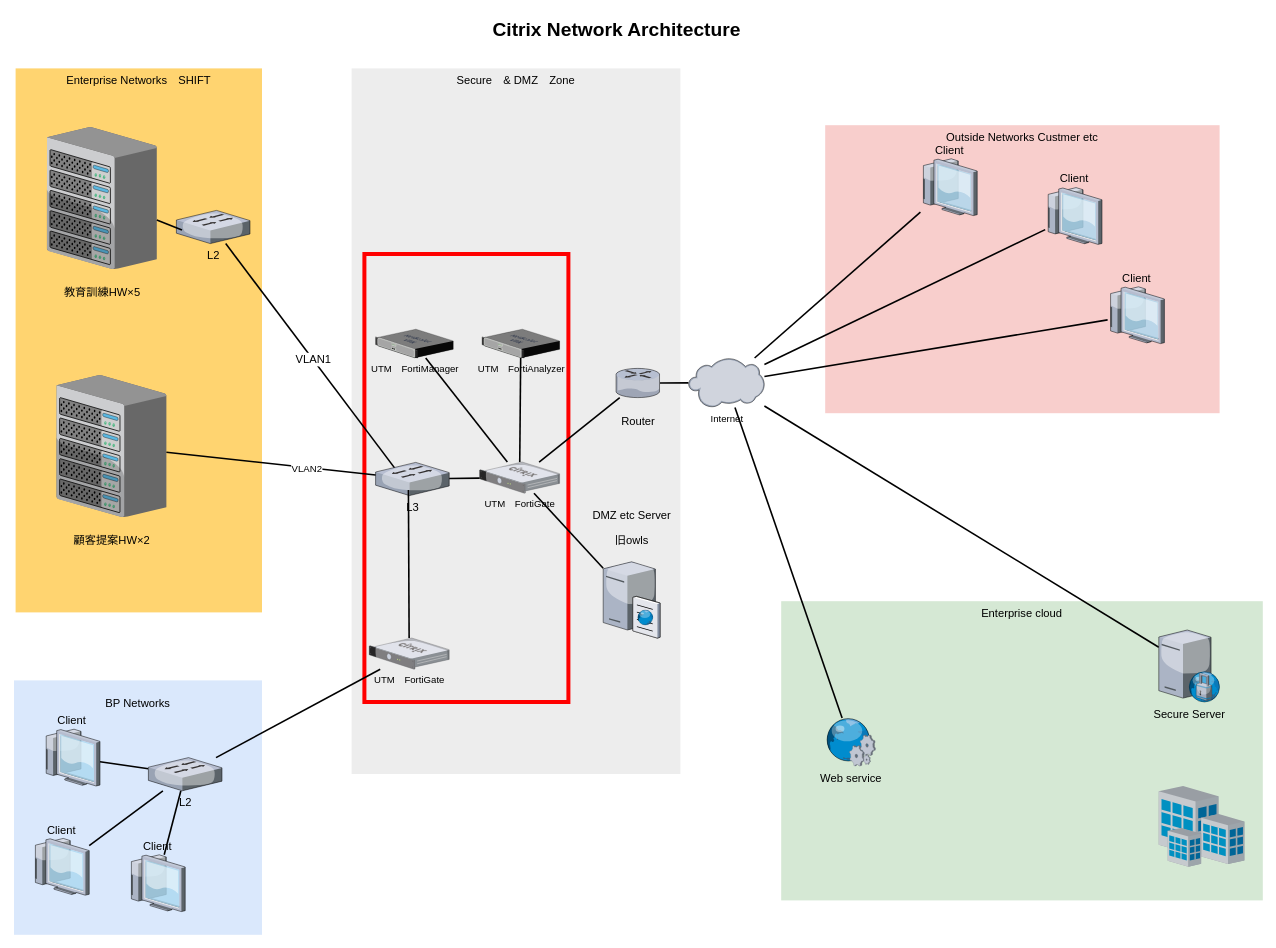
The draw.io diagram Doc/デジタル活動.drawio in shiftrepo/OperationBreakingDawn, before the edit. Source tidied: cells renumbered, new cells numbered last; positions are measured from the earlier drawing's top-left corner, leaving out a move shared by most shapes. Both pictures are drawn from the tidied source at 80%, with x=0, y=0 at pixel (14, 14).
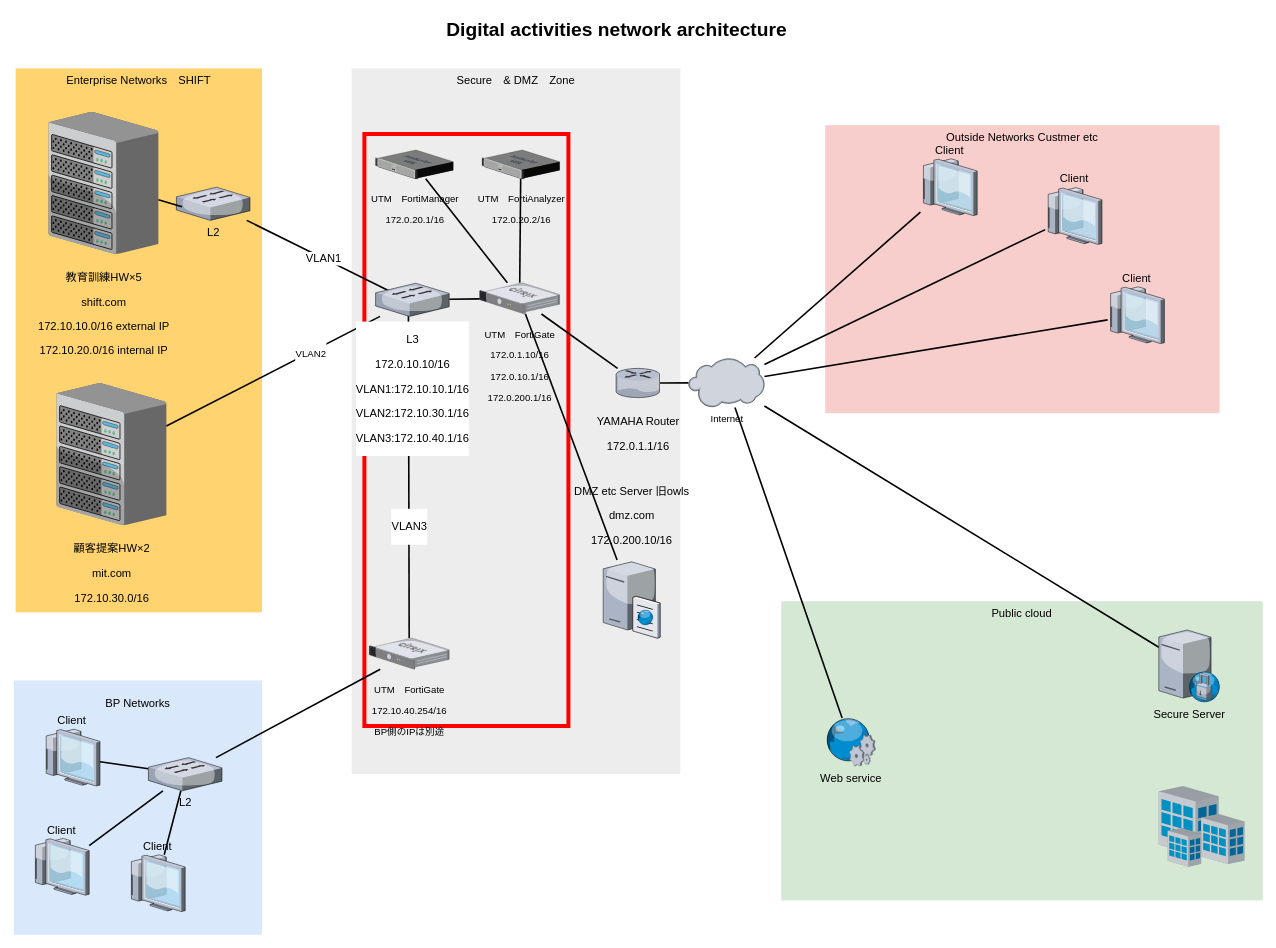
Above is the later version.

Commit message:
デジタル活動.drawio を更新します

The edit, as a diff of the source:
```diff
@@
     <mxCell id="3" style="rounded=0;whiteSpace=wrap;html=1;strokeColor=#FF0000;strokeWidth=5;fillColor=none;" parent="1" vertex="1">
-      <mxGeometry x="438" y="300" width="255" height="560" as="geometry" />
+      <mxGeometry x="438" y="150" width="255" height="740" as="geometry" />
     </mxCell>
@@
-    <mxCell id="5" value="Enterprise cloud" style="whiteSpace=wrap;html=1;fillColor=#d5e8d4;fontSize=14;strokeColor=none;verticalAlign=top;" parent="1" vertex="1">
+    <mxCell id="5" value="Public&amp;nbsp;cloud" style="whiteSpace=wrap;html=1;fillColor=#d5e8d4;fontSize=14;strokeColor=none;verticalAlign=top;" parent="1" vertex="1">
       <mxGeometry x="959" y="734" width="602" height="374" as="geometry" />
     </mxCell>
@@
-    <mxCell id="11" value="&lt;p&gt;Router&lt;/p&gt;" style="verticalLabelPosition=bottom;html=1;verticalAlign=top;strokeColor=none;shape=mxgraph.citrix.router;fillColor=#66B2FF;gradientColor=#0066CC;fontSize=14;" parent="1" vertex="1">
+    <mxCell id="11" value="&lt;p&gt;YAMAHA Router&lt;/p&gt;&lt;p&gt;172.0.1.1/16&lt;/p&gt;" style="verticalLabelPosition=bottom;html=1;verticalAlign=top;strokeColor=none;shape=mxgraph.citrix.router;fillColor=#66B2FF;gradientColor=#0066CC;fontSize=14;" parent="1" vertex="1">
       <mxGeometry x="752.5" y="443" width="55" height="36.5" as="geometry" />
     </mxCell>
-    <mxCell id="12" value="&lt;p&gt;DMZ&amp;nbsp;etc&amp;nbsp;Server&lt;/p&gt;&lt;p&gt;旧owls&lt;/p&gt;" style="verticalLabelPosition=top;html=1;verticalAlign=bottom;strokeColor=none;shape=mxgraph.citrix.cache_server;fillColor=#66B2FF;gradientColor=#0066CC;fontSize=14;labelPosition=center;align=center;" parent="1" vertex="1">
+    <mxCell id="12" value="&lt;p&gt;DMZ&amp;nbsp;etc&amp;nbsp;Server 旧owls&lt;/p&gt;&lt;p&gt;dmz.com&lt;/p&gt;&lt;p&gt;172.0.200.10/16&lt;/p&gt;" style="verticalLabelPosition=top;html=1;verticalAlign=bottom;strokeColor=none;shape=mxgraph.citrix.cache_server;fillColor=#66B2FF;gradientColor=#0066CC;fontSize=14;labelPosition=center;align=center;" parent="1" vertex="1">
       <mxGeometry x="736.5" y="682.5" width="71" height="97.5" as="geometry" />
     </mxCell>
-    <mxCell id="13" value="&lt;p&gt;教育訓練HW×5&lt;/p&gt;" style="verticalLabelPosition=bottom;html=1;verticalAlign=top;strokeColor=none;shape=mxgraph.citrix.chassis;fillColor=#66B2FF;gradientColor=#0066CC;fontSize=14;" parent="1" vertex="1">
-      <mxGeometry x="41" y="141.5" width="137.5" height="177.5" as="geometry" />
+    <mxCell id="13" value="&lt;p&gt;教育訓練HW×5&lt;/p&gt;&lt;p&gt;shift.com&lt;/p&gt;&lt;p&gt;172.10.10.0/16 external IP&lt;/p&gt;&lt;p&gt;172.10.20.0/16 internal IP&lt;/p&gt;" style="verticalLabelPosition=bottom;html=1;verticalAlign=top;strokeColor=none;shape=mxgraph.citrix.chassis;fillColor=#66B2FF;gradientColor=#0066CC;fontSize=14;" parent="1" vertex="1">
+      <mxGeometry x="43" y="122.5" width="137.5" height="177.5" as="geometry" />
     </mxCell>
@@
-    <mxCell id="26" value="Citrix Network Architecture" style="text;strokeColor=none;fillColor=none;html=1;fontSize=24;fontStyle=1;verticalAlign=middle;align=center;" parent="1" vertex="1">
+    <mxCell id="26" value="Digital activities network architecture" style="text;strokeColor=none;fillColor=none;html=1;fontSize=24;fontStyle=1;verticalAlign=middle;align=center;" parent="1" vertex="1">
       <mxGeometry x="322" width="861" height="40" as="geometry" />
     </mxCell>
-    <mxCell id="27" value="UTM　FortiGate" style="verticalLabelPosition=bottom;html=1;verticalAlign=top;strokeColor=none;align=center;outlineConnect=0;shape=mxgraph.citrix.netscaler_gateway;" parent="1" vertex="1">
-      <mxGeometry x="582" y="560" width="100" height="39" as="geometry" />
+    <mxCell id="27" value="&lt;p&gt;UTM　FortiGate&lt;/p&gt;&lt;p&gt;172.0.1.10/16&lt;/p&gt;&lt;p&gt;172.0.10.1/16&lt;/p&gt;&lt;p&gt;172.0.200.1/16&lt;/p&gt;" style="verticalLabelPosition=bottom;html=1;verticalAlign=top;strokeColor=none;align=center;outlineConnect=0;shape=mxgraph.citrix.netscaler_gateway;" parent="1" vertex="1">
+      <mxGeometry x="582" y="336" width="100" height="39" as="geometry" />
     </mxCell>
-    <mxCell id="28" value="UTM　FortiAnalyzer" style="verticalLabelPosition=bottom;html=1;verticalAlign=top;strokeColor=none;align=center;outlineConnect=0;shape=mxgraph.citrix.netscaler_vpx;" parent="1" vertex="1">
-      <mxGeometry x="585" y="394" width="97" height="36" as="geometry" />
+    <mxCell id="28" value="&lt;p&gt;UTM　FortiAnalyzer&lt;/p&gt;&lt;p&gt;172.0.20.2/16&lt;/p&gt;" style="verticalLabelPosition=bottom;html=1;verticalAlign=top;strokeColor=none;align=center;outlineConnect=0;shape=mxgraph.citrix.netscaler_vpx;" parent="1" vertex="1">
+      <mxGeometry x="585" y="170" width="97" height="36" as="geometry" />
     </mxCell>
-    <mxCell id="29" value="UTM　FortiManager" style="verticalLabelPosition=bottom;html=1;verticalAlign=top;strokeColor=none;align=center;outlineConnect=0;shape=mxgraph.citrix.netscaler_vpx;" parent="1" vertex="1">
-      <mxGeometry x="452" y="394" width="97" height="36" as="geometry" />
+    <mxCell id="29" value="&lt;p&gt;UTM　FortiManager&lt;/p&gt;&lt;p&gt;172.0.20.1/16&lt;/p&gt;" style="verticalLabelPosition=bottom;html=1;verticalAlign=top;strokeColor=none;align=center;outlineConnect=0;shape=mxgraph.citrix.netscaler_vpx;" parent="1" vertex="1">
+      <mxGeometry x="452" y="170" width="97" height="36" as="geometry" />
     </mxCell>
-    <mxCell id="30" value="L3" style="verticalLabelPosition=bottom;html=1;verticalAlign=top;strokeColor=none;shape=mxgraph.citrix.switch;fillColor=#66B2FF;gradientColor=#0066CC;fontSize=14;" parent="1" vertex="1">
-      <mxGeometry x="452" y="560.5" width="92" height="41.5" as="geometry" />
-    </mxCell>
-    <mxCell id="31" value="&lt;p&gt;顧客提案HW×2&lt;/p&gt;" style="verticalLabelPosition=bottom;html=1;verticalAlign=top;strokeColor=none;shape=mxgraph.citrix.chassis;fillColor=#66B2FF;gradientColor=#0066CC;fontSize=14;" parent="1" vertex="1">
-      <mxGeometry x="53" y="451.5" width="137.5" height="177.5" as="geometry" />
+    <mxCell id="31" value="&lt;p&gt;顧客提案HW×2&lt;/p&gt;&lt;p&gt;mit.com&lt;/p&gt;&lt;p&gt;172.10.30.0/16&lt;/p&gt;" style="verticalLabelPosition=bottom;html=1;verticalAlign=top;strokeColor=none;shape=mxgraph.citrix.chassis;fillColor=#66B2FF;gradientColor=#0066CC;fontSize=14;" parent="1" vertex="1">
+      <mxGeometry x="53" y="461.5" width="137.5" height="177.5" as="geometry" />
     </mxCell>
@@
-    <mxCell id="37" value="UTM　FortiGate" style="verticalLabelPosition=bottom;html=1;verticalAlign=top;strokeColor=none;align=center;outlineConnect=0;shape=mxgraph.citrix.netscaler_gateway;" parent="1" vertex="1">
+    <mxCell id="37" value="&lt;p&gt;UTM　FortiGate&lt;/p&gt;&lt;p&gt;172.10.40.254/16&lt;/p&gt;&lt;p&gt;BP側のIPは別途&lt;/p&gt;" style="verticalLabelPosition=bottom;html=1;verticalAlign=top;strokeColor=none;align=center;outlineConnect=0;shape=mxgraph.citrix.netscaler_gateway;" parent="1" vertex="1">
       <mxGeometry x="444" y="780" width="100" height="39" as="geometry" />
     </mxCell>
@@
-    <mxCell id="45" style="edgeStyle=none;rounded=0;html=1;startSize=10;endSize=10;jettySize=auto;fontSize=14;endArrow=none;endFill=0;strokeWidth=2;exitX=0.446;exitY=0.831;exitDx=0;exitDy=0;exitPerimeter=0;" parent="1" edge="1" source="30" target="37">
-      <mxGeometry relative="1" as="geometry" />
+    <mxCell id="45" value="&lt;p&gt;VLAN3&lt;/p&gt;" style="edgeStyle=none;rounded=0;html=1;startSize=10;endSize=10;jettySize=auto;fontSize=14;endArrow=none;endFill=0;strokeWidth=2;exitX=0.446;exitY=0.831;exitDx=0;exitDy=0;exitPerimeter=0;" parent="1" edge="1" source="30" target="37">
+      <mxGeometry x="0.32" relative="1" as="geometry" />
     </mxCell>
@@
     <mxCell id="47" value="L2" style="verticalLabelPosition=bottom;html=1;verticalAlign=top;strokeColor=none;shape=mxgraph.citrix.switch;fillColor=#66B2FF;gradientColor=#0066CC;fontSize=14;" parent="1" vertex="1">
-      <mxGeometry x="203" y="245.5" width="92" height="41.5" as="geometry" />
+      <mxGeometry x="203" y="216.5" width="92" height="41.5" as="geometry" />
     </mxCell>
@@
+    <mxCell id="30" value="&lt;p&gt;L3&lt;/p&gt;&lt;p&gt;172.0.10.10/16&lt;br&gt;&lt;/p&gt;&lt;p&gt;VLAN1:172.10.10.1/16&lt;/p&gt;&lt;p&gt;VLAN2:172.10.30.1/16&lt;/p&gt;&lt;p&gt;VLAN3:172.10.40.1/16&lt;/p&gt;" style="verticalLabelPosition=bottom;html=1;verticalAlign=top;strokeColor=none;shape=mxgraph.citrix.switch;fillColor=#66B2FF;gradientColor=#0066CC;fontSize=14;labelBackgroundColor=#ffffff;" parent="1" vertex="1">
+      <mxGeometry x="452" y="336.5" width="92" height="41.5" as="geometry" />
+    </mxCell>
```
